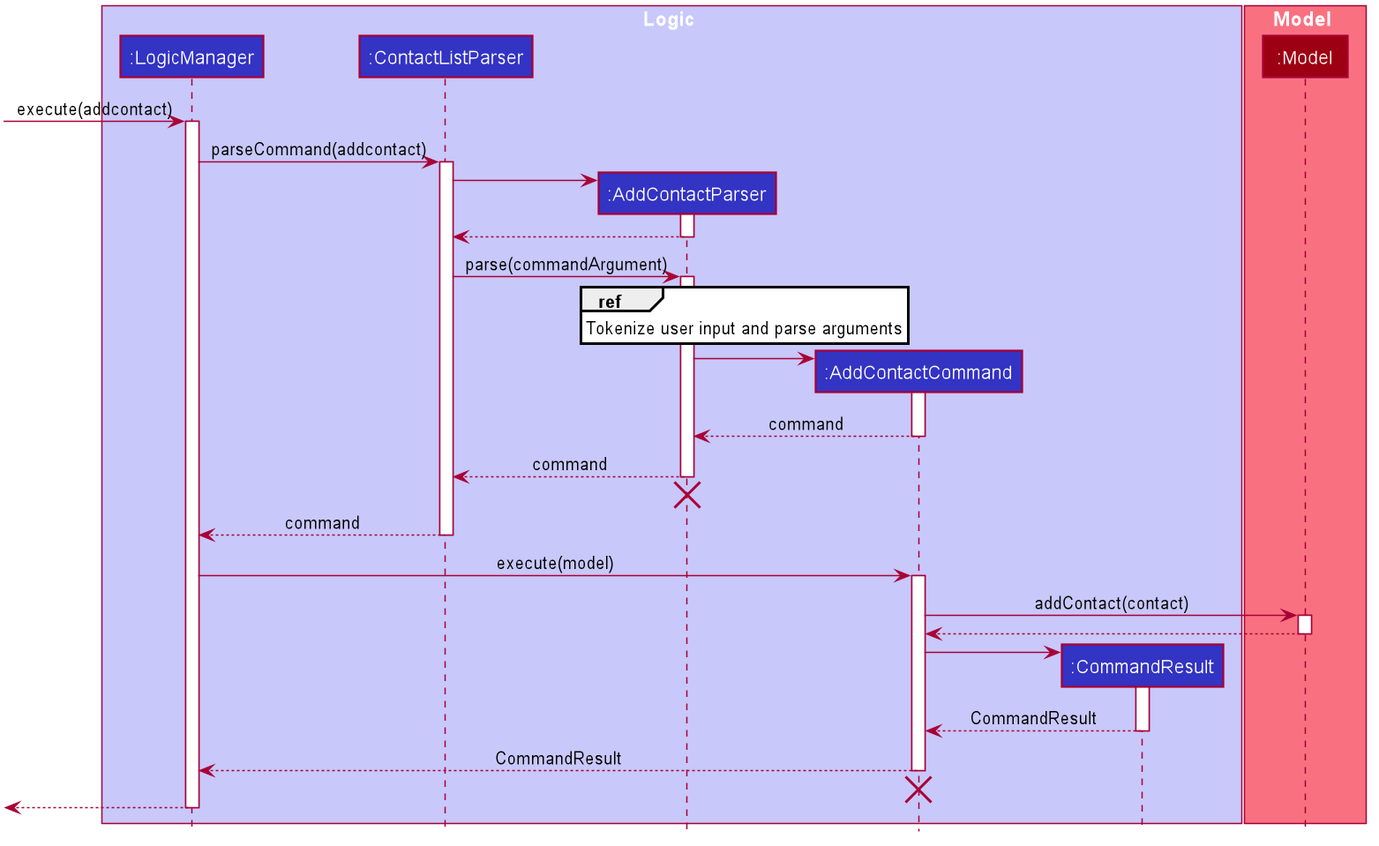
Before: docs/images/Contact/AddContactSequenceDiagram.png, a diagram exported from PlantUML (nus-cs2103-AY2021S1/tp).
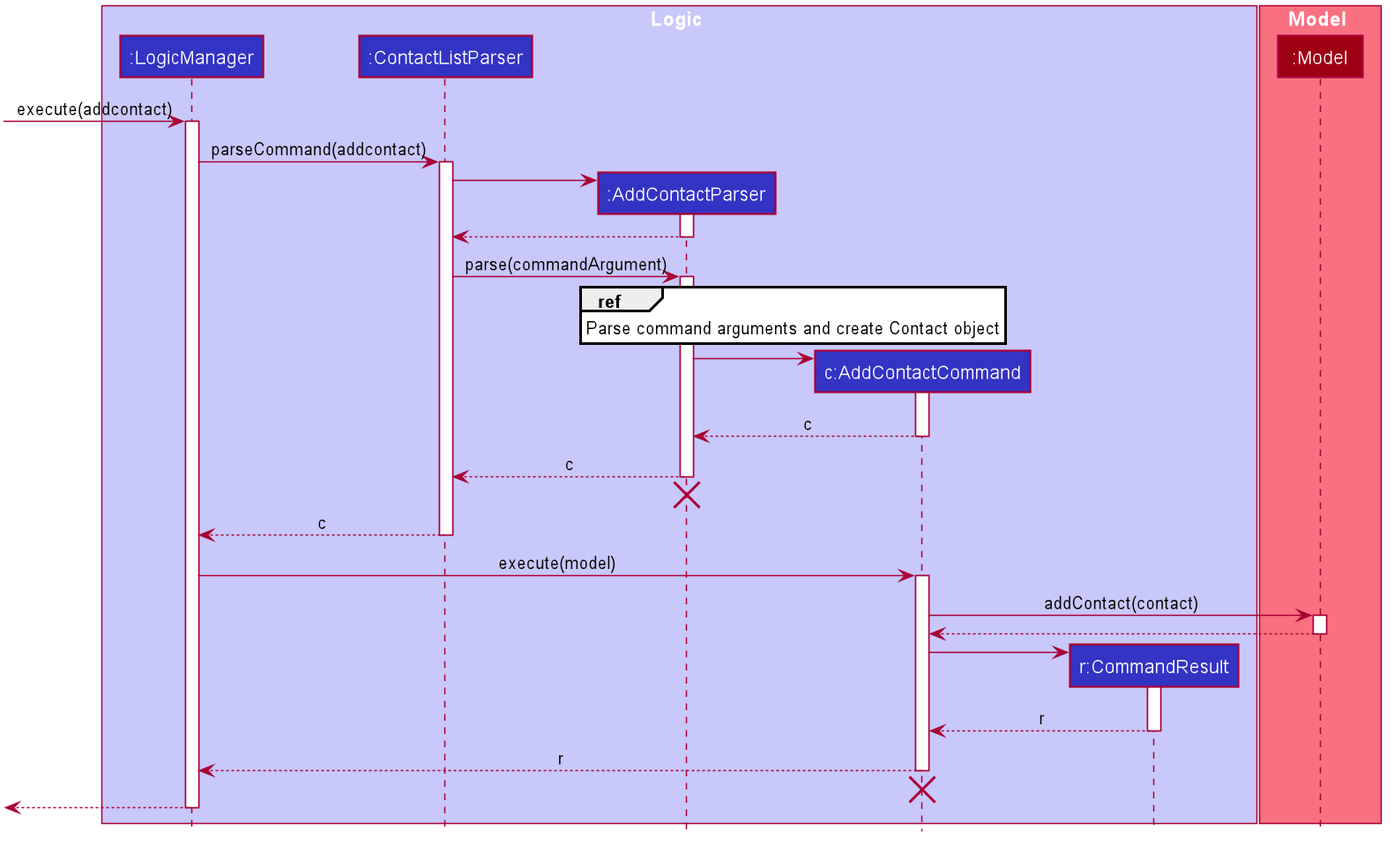
After the commit.

Change to the diagram source:
```diff
@@ -52,8 +52,8 @@
 participant ":LogicManager" as LogicManager #3333C4
 participant ":ContactListParser" as ContactListParser #3333C4
 participant ":AddContactParser" as AddContactParser #3333C4
-participant ":AddContactCommand" as AddContactCommand #3333C4
-participant ":CommandResult" as CommandResult #3333C4
+participant "c:AddContactCommand" as AddContactCommand #3333C4
+participant "r:CommandResult" as CommandResult #3333C4
 end box
 
 box Model #F97181
@@ -76,22 +76,22 @@
 ContactListParser -> AddContactParser :parse(commandArgument)
 activate AddContactParser
 
-ref over AddContactParser: Tokenize user input and parse arguments
+ref over AddContactParser: Parse command arguments and create Contact object
 
 create AddContactCommand
 AddContactParser -> AddContactCommand
 activate AddContactCommand
 
-AddContactCommand --> AddContactParser: command
+AddContactCommand --> AddContactParser: c
 deactivate AddContactCommand
 
-AddContactParser --> ContactListParser: command
+AddContactParser --> ContactListParser: c
 deactivate AddContactParser
 
 AddContactParser -[hidden]-> AddContactCommand
 destroy AddContactParser
 
-ContactListParser --> LogicManager: command
+ContactListParser --> LogicManager: c
 deactivate ContactListParser
 
 LogicManager -> AddContactCommand : execute(model)
@@ -107,10 +107,10 @@
 AddContactCommand -> CommandResult
 activate CommandResult
 
-CommandResult --> AddContactCommand: CommandResult
+CommandResult --> AddContactCommand: r
 deactivate CommandResult
 
-AddContactCommand --> LogicManager: CommandResult
+AddContactCommand --> LogicManager: r
 deactivate AddContactCommand
 
 AddContactCommand -[hidden]-> LogicManager
```
